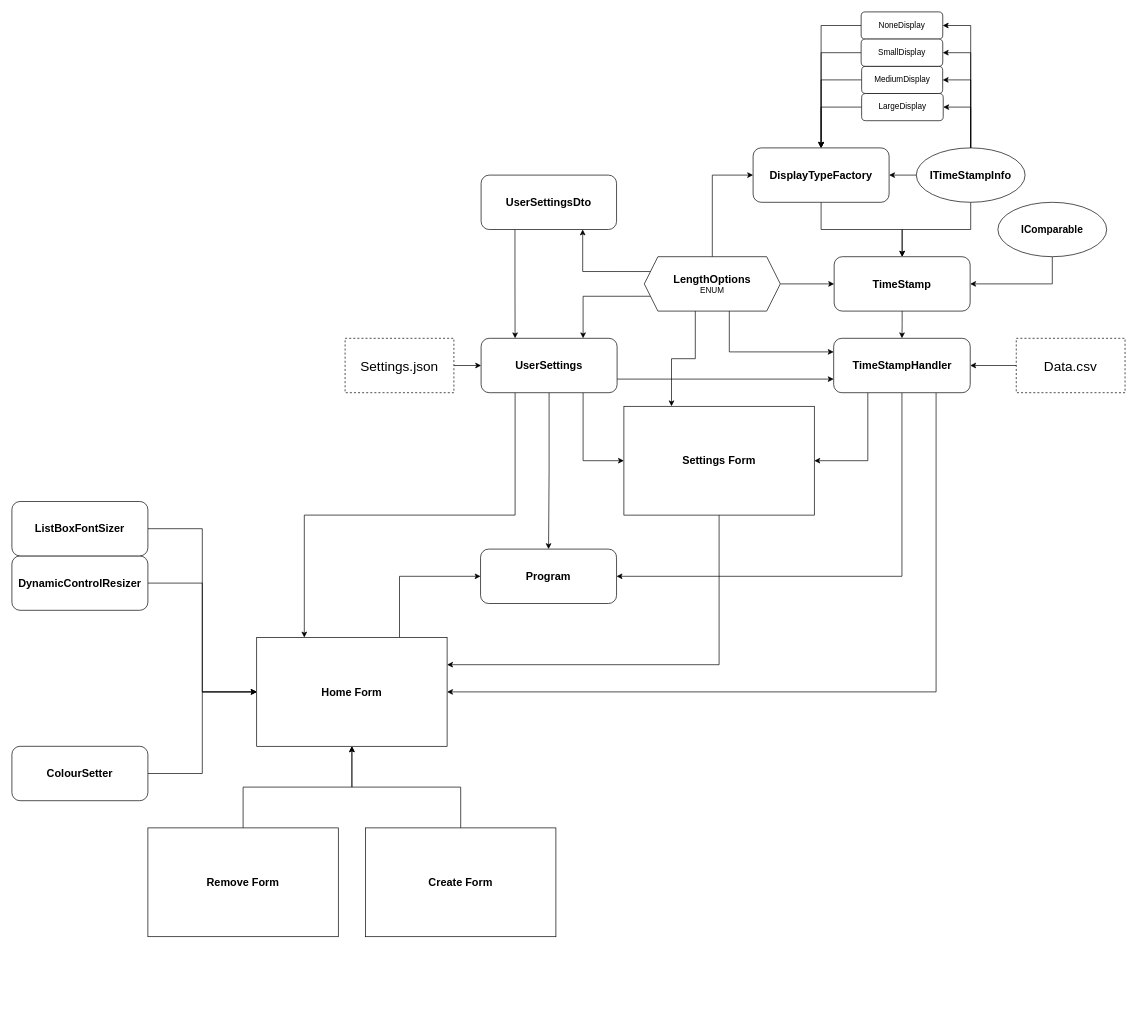
This is Chrono Count 3/ERD/ChronoCount3.drawio from Andy-Mckelvey05/Chrono-Count-3, a draw.io file, before an edit. Source tidied: cells renumbered, new cells numbered last; positions are measured from the earlier drawing's top-left corner, leaving out a move shared by most shapes. Both pictures are drawn from the tidied source at 68%, with x=0, y=0 at pixel (12, 12).
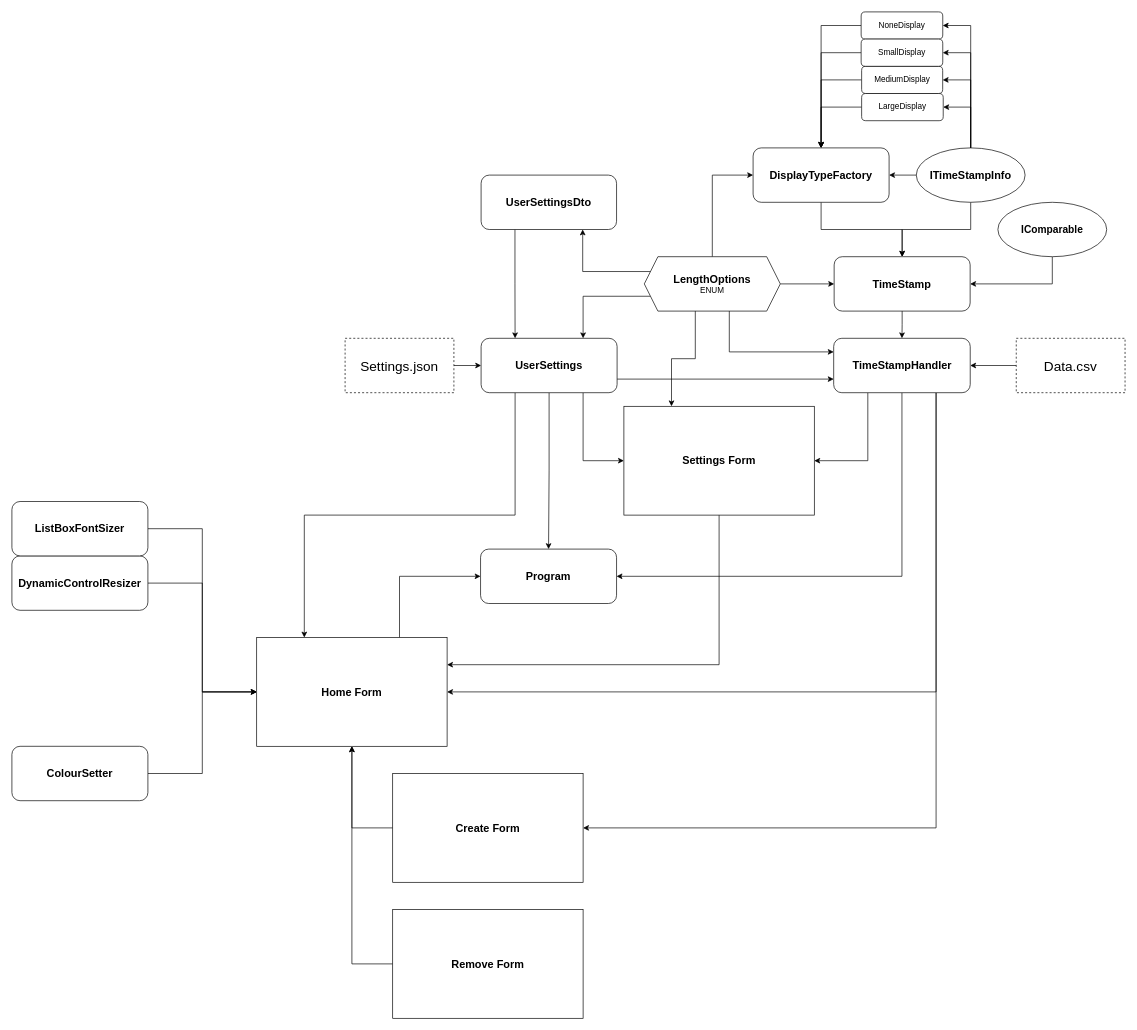
After the change.

The change refers to these unchanged cells:
```xml
<mxCell id="43" value="&lt;font style=&quot;&quot;&gt;&lt;span style=&quot;font-size: 16px;&quot;&gt;&lt;b&gt;TimeStampHandler&lt;/b&gt;&lt;/span&gt;&lt;/font&gt;" style="rounded=1;whiteSpace=wrap;html=1;" parent="1" vertex="1">
  <mxGeometry x="1208.5" y="480" width="200.8" height="80" as="geometry" />
</mxCell>
<mxCell id="47" value="&lt;b style=&quot;font-size: 16px;&quot;&gt;Home Form&lt;/b&gt;" style="rounded=0;whiteSpace=wrap;html=1;" parent="1" vertex="1">
  <mxGeometry x="360" y="920" width="280" height="160" as="geometry" />
</mxCell>
```

Diff of the diagram source:
```diff
@@
+    <mxCell id="60" style="edgeStyle=orthogonalEdgeStyle;rounded=0;jettySize=auto;html=1;exitX=0.75;exitY=1;exitDx=0;exitDy=0;entryX=1;entryY=0.5;entryDx=0;entryDy=0;" parent="1" edge="1" source="43" target="49">
+      <mxGeometry relative="1" as="geometry" />
+    </mxCell>
@@
-    <mxCell id="48" style="edgeStyle=orthogonalEdgeStyle;rounded=0;jettySize=auto;html=1;exitX=0.5;exitY=0;exitDx=0;exitDy=0;entryX=0.5;entryY=1;entryDx=0;entryDy=0;" parent="1" edge="1" source="49" target="47">
+    <mxCell id="48" style="edgeStyle=orthogonalEdgeStyle;rounded=0;jettySize=auto;html=1;exitX=0;exitY=0.5;exitDx=0;exitDy=0;entryX=0.5;entryY=1;entryDx=0;entryDy=0;" parent="1" edge="1" source="49" target="47">
       <mxGeometry relative="1" as="geometry" />
     </mxCell>
     <mxCell id="49" value="&lt;b style=&quot;font-size: 16px;&quot;&gt;Create Form&lt;/b&gt;" style="rounded=0;whiteSpace=wrap;html=1;" parent="1" vertex="1">
-      <mxGeometry x="520" y="1200" width="280" height="160" as="geometry" />
+      <mxGeometry x="560" y="1120" width="280" height="160" as="geometry" />
     </mxCell>
-    <mxCell id="50" style="edgeStyle=orthogonalEdgeStyle;rounded=0;jettySize=auto;html=1;exitX=0.5;exitY=0;exitDx=0;exitDy=0;entryX=0.5;entryY=1;entryDx=0;entryDy=0;" parent="1" edge="1" source="51" target="47">
+    <mxCell id="50" style="edgeStyle=orthogonalEdgeStyle;rounded=0;jettySize=auto;html=1;exitX=0;exitY=0.5;exitDx=0;exitDy=0;entryX=0.5;entryY=1;entryDx=0;entryDy=0;" parent="1" edge="1" source="51" target="47">
       <mxGeometry relative="1" as="geometry" />
     </mxCell>
     <mxCell id="51" value="&lt;b style=&quot;font-size: 16px;&quot;&gt;Remove Form&lt;/b&gt;" style="rounded=0;whiteSpace=wrap;html=1;" parent="1" vertex="1">
-      <mxGeometry x="200" y="1200" width="280" height="160" as="geometry" />
+      <mxGeometry x="560" y="1320" width="280" height="160" as="geometry" />
     </mxCell>
```
